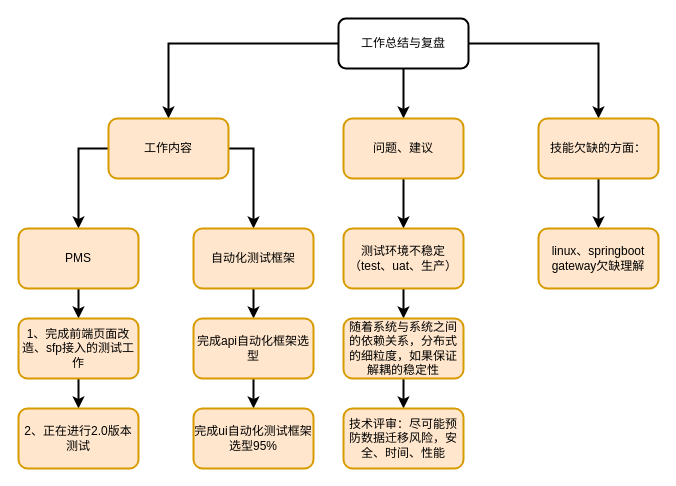
Earlier version of the draw.io diagram Untitled Diagram.drawio (tester-xm/diagrams). Source tidied: cells renumbered, new cells numbered last; positions are measured from the earlier drawing's top-left corner, leaving out a move shared by most shapes. Both pictures are drawn from the tidied source at 100%, with x=0, y=0 at pixel (18, 18).
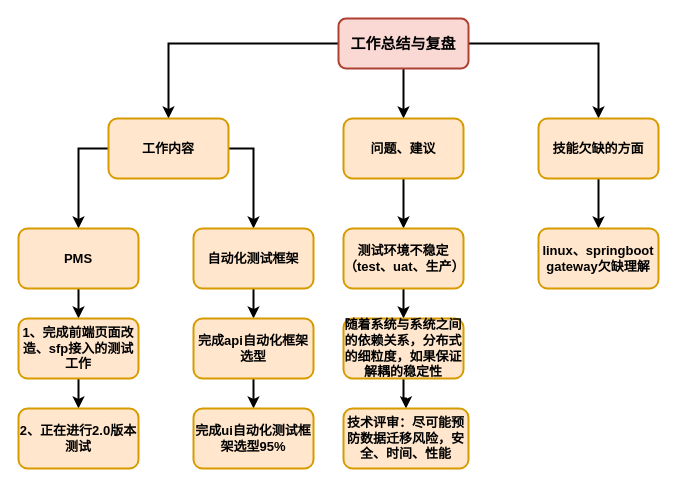
Above is the later version.

Change to the diagram source:
```diff
@@
-    <mxCell id="5" value="工作总结与复盘" style="rounded=1;whiteSpace=wrap;html=1;fontSize=12;glass=0;strokeWidth=2;shadow=0;" parent="1" vertex="1">
+    <mxCell id="5" value="工作总结与复盘" style="rounded=1;whiteSpace=wrap;html=1;fontSize=15;glass=0;strokeWidth=2;shadow=0;fontStyle=1;fillColor=#fad9d5;strokeColor=#ae4132;" parent="1" vertex="1">
       <mxGeometry x="320" width="130" height="50" as="geometry" />
     </mxCell>
-    <mxCell id="6" style="edgeStyle=orthogonalEdgeStyle;rounded=0;jettySize=auto;html=1;strokeWidth=2;" parent="1" edge="1" source="7" target="18">
+    <mxCell id="6" style="edgeStyle=orthogonalEdgeStyle;rounded=0;jettySize=auto;html=1;strokeWidth=2;fontStyle=1;fontSize=13;" parent="1" edge="1" source="7" target="18">
       <mxGeometry relative="1" as="geometry" />
     </mxCell>
-    <mxCell id="7" value="问题、建议" style="whiteSpace=wrap;html=1;rounded=1;shadow=0;strokeWidth=2;glass=0;fillColor=#ffe6cc;strokeColor=#d79b00;" parent="1" vertex="1">
+    <mxCell id="7" value="问题、建议" style="whiteSpace=wrap;html=1;rounded=1;shadow=0;strokeWidth=2;glass=0;fillColor=#ffe6cc;strokeColor=#d79b00;fontStyle=1;fontSize=13;" parent="1" vertex="1">
       <mxGeometry x="325" y="100" width="120" height="60" as="geometry" />
     </mxCell>
-    <mxCell id="8" style="edgeStyle=orthogonalEdgeStyle;rounded=0;jettySize=auto;html=1;strokeWidth=2;exitX=0;exitY=0.5;exitDx=0;exitDy=0;" parent="1" edge="1" source="10" target="14">
+    <mxCell id="8" style="edgeStyle=orthogonalEdgeStyle;rounded=0;jettySize=auto;html=1;strokeWidth=2;exitX=0;exitY=0.5;exitDx=0;exitDy=0;fontStyle=1;fontSize=13;" parent="1" edge="1" source="10" target="14">
       <mxGeometry relative="1" as="geometry" />
     </mxCell>
-    <mxCell id="9" style="edgeStyle=orthogonalEdgeStyle;rounded=0;jettySize=auto;html=1;strokeWidth=2;entryX=0.5;entryY=0;entryDx=0;entryDy=0;exitX=1;exitY=0.5;exitDx=0;exitDy=0;" parent="1" edge="1" source="10" target="16">
+    <mxCell id="9" style="edgeStyle=orthogonalEdgeStyle;rounded=0;jettySize=auto;html=1;strokeWidth=2;entryX=0.5;entryY=0;entryDx=0;entryDy=0;exitX=1;exitY=0.5;exitDx=0;exitDy=0;fontStyle=1;fontSize=13;" parent="1" edge="1" source="10" target="16">
       <mxGeometry relative="1" as="geometry" />
     </mxCell>
-    <mxCell id="10" value="工作内容" style="whiteSpace=wrap;html=1;rounded=1;shadow=0;strokeWidth=2;glass=0;fillColor=#ffe6cc;strokeColor=#d79b00;" parent="1" vertex="1">
+    <mxCell id="10" value="工作内容" style="whiteSpace=wrap;html=1;rounded=1;shadow=0;strokeWidth=2;glass=0;fillColor=#ffe6cc;strokeColor=#d79b00;fontStyle=1;fontSize=13;" parent="1" vertex="1">
       <mxGeometry x="90" y="100" width="120" height="60" as="geometry" />
     </mxCell>
-    <mxCell id="11" style="edgeStyle=orthogonalEdgeStyle;rounded=0;jettySize=auto;html=1;strokeWidth=2;" parent="1" edge="1" source="12" target="19">
+    <mxCell id="11" style="edgeStyle=orthogonalEdgeStyle;rounded=0;jettySize=auto;html=1;strokeWidth=2;fontStyle=1;fontSize=13;" parent="1" edge="1" source="12" target="19">
       <mxGeometry relative="1" as="geometry" />
     </mxCell>
-    <mxCell id="12" value="技能欠缺的方面：" style="whiteSpace=wrap;html=1;rounded=1;shadow=0;strokeWidth=2;glass=0;fillColor=#ffe6cc;strokeColor=#d79b00;" parent="1" vertex="1">
+    <mxCell id="12" value="技能欠缺的方面" style="whiteSpace=wrap;html=1;rounded=1;shadow=0;strokeWidth=2;glass=0;fillColor=#ffe6cc;strokeColor=#d79b00;fontStyle=1;fontSize=13;" parent="1" vertex="1">
       <mxGeometry x="520" y="100" width="120" height="60" as="geometry" />
     </mxCell>
-    <mxCell id="13" style="edgeStyle=orthogonalEdgeStyle;rounded=0;jettySize=auto;html=1;strokeWidth=2;" parent="1" edge="1" source="14" target="24">
+    <mxCell id="13" style="edgeStyle=orthogonalEdgeStyle;rounded=0;jettySize=auto;html=1;strokeWidth=2;fontStyle=1;fontSize=13;" parent="1" edge="1" source="14" target="24">
       <mxGeometry relative="1" as="geometry" />
     </mxCell>
-    <mxCell id="14" value="PMS" style="whiteSpace=wrap;html=1;rounded=1;shadow=0;strokeColor=#d79b00;strokeWidth=2;fillColor=#ffe6cc;glass=0;" parent="1" vertex="1">
+    <mxCell id="14" value="PMS" style="whiteSpace=wrap;html=1;rounded=1;shadow=0;strokeColor=#d79b00;strokeWidth=2;fillColor=#ffe6cc;glass=0;fontStyle=1;fontSize=13;" parent="1" vertex="1">
       <mxGeometry y="210" width="120" height="60" as="geometry" />
     </mxCell>
-    <mxCell id="15" style="edgeStyle=orthogonalEdgeStyle;rounded=0;jettySize=auto;html=1;strokeWidth=2;" parent="1" edge="1" source="16" target="27">
+    <mxCell id="15" style="edgeStyle=orthogonalEdgeStyle;rounded=0;jettySize=auto;html=1;strokeWidth=2;fontStyle=1;fontSize=13;" parent="1" edge="1" source="16" target="27">
       <mxGeometry relative="1" as="geometry" />
     </mxCell>
-    <mxCell id="16" value="自动化测试框架" style="whiteSpace=wrap;html=1;rounded=1;shadow=0;strokeColor=#d79b00;strokeWidth=2;fillColor=#ffe6cc;glass=0;" parent="1" vertex="1">
+    <mxCell id="16" value="自动化测试框架" style="whiteSpace=wrap;html=1;rounded=1;shadow=0;strokeColor=#d79b00;strokeWidth=2;fillColor=#ffe6cc;glass=0;fontStyle=1;fontSize=13;" parent="1" vertex="1">
       <mxGeometry x="175" y="210" width="120" height="60" as="geometry" />
     </mxCell>
-    <mxCell id="17" style="edgeStyle=orthogonalEdgeStyle;rounded=0;jettySize=auto;html=1;strokeWidth=2;" parent="1" edge="1" source="18" target="21">
+    <mxCell id="17" style="edgeStyle=orthogonalEdgeStyle;rounded=0;jettySize=auto;html=1;strokeWidth=2;fontStyle=1;fontSize=13;" parent="1" edge="1" source="18" target="21">
       <mxGeometry relative="1" as="geometry" />
     </mxCell>
-    <mxCell id="18" value="测试环境不稳定（test、uat、生产）" style="whiteSpace=wrap;html=1;rounded=1;shadow=0;strokeColor=#d79b00;strokeWidth=2;fillColor=#ffe6cc;glass=0;" parent="1" vertex="1">
+    <mxCell id="18" value="测试环境不稳定（test、uat、生产）" style="whiteSpace=wrap;html=1;rounded=1;shadow=0;strokeColor=#d79b00;strokeWidth=2;fillColor=#ffe6cc;glass=0;fontStyle=1;fontSize=13;" parent="1" vertex="1">
       <mxGeometry x="325" y="210" width="120" height="60" as="geometry" />
     </mxCell>
-    <mxCell id="19" value="linux、springboot gateway欠缺理解" style="whiteSpace=wrap;html=1;rounded=1;shadow=0;strokeColor=#d79b00;strokeWidth=2;fillColor=#ffe6cc;glass=0;" parent="1" vertex="1">
+    <mxCell id="19" value="linux、springboot gateway欠缺理解" style="whiteSpace=wrap;html=1;rounded=1;shadow=0;strokeColor=#d79b00;strokeWidth=2;fillColor=#ffe6cc;glass=0;fontStyle=1;fontSize=13;" parent="1" vertex="1">
       <mxGeometry x="520" y="210" width="120" height="60" as="geometry" />
     </mxCell>
-    <mxCell id="20" style="edgeStyle=orthogonalEdgeStyle;rounded=0;jettySize=auto;html=1;strokeWidth=2;" parent="1" edge="1" source="21" target="22">
+    <mxCell id="20" style="edgeStyle=orthogonalEdgeStyle;rounded=0;jettySize=auto;html=1;strokeWidth=2;fontStyle=1;fontSize=13;" parent="1" edge="1" source="21" target="22">
       <mxGeometry relative="1" as="geometry" />
     </mxCell>
-    <mxCell id="21" value="随着系统与系统之间的依赖关系，分布式的细粒度，如果保证解耦的稳定性" style="whiteSpace=wrap;html=1;rounded=1;shadow=0;strokeColor=#d79b00;strokeWidth=2;fillColor=#ffe6cc;glass=0;" parent="1" vertex="1">
+    <mxCell id="21" value="随着系统与系统之间的依赖关系，分布式的细粒度，如果保证解耦的稳定性" style="whiteSpace=wrap;html=1;rounded=1;shadow=0;strokeColor=#d79b00;strokeWidth=2;fillColor=#ffe6cc;glass=0;fontStyle=1;fontSize=13;" parent="1" vertex="1">
       <mxGeometry x="325" y="300" width="120" height="60" as="geometry" />
     </mxCell>
-    <mxCell id="22" value="技术评审：尽可能预防数据迁移风险，安全、时间、性能" style="whiteSpace=wrap;html=1;rounded=1;shadow=0;strokeColor=#d79b00;strokeWidth=2;fillColor=#ffe6cc;glass=0;" parent="1" vertex="1">
-      <mxGeometry x="325" y="390" width="120" height="60" as="geometry" />
+    <mxCell id="22" value="技术评审：尽可能预防数据迁移风险，安全、时间、性能" style="whiteSpace=wrap;html=1;rounded=1;shadow=0;strokeColor=#d79b00;strokeWidth=2;fillColor=#ffe6cc;glass=0;fontStyle=1;fontSize=13;" parent="1" vertex="1">
+      <mxGeometry x="325" y="390" width="125" height="60" as="geometry" />
     </mxCell>
-    <mxCell id="23" style="edgeStyle=orthogonalEdgeStyle;rounded=0;jettySize=auto;html=1;strokeWidth=2;" parent="1" edge="1" source="24" target="25">
+    <mxCell id="23" style="edgeStyle=orthogonalEdgeStyle;rounded=0;jettySize=auto;html=1;strokeWidth=2;fontStyle=1;fontSize=13;" parent="1" edge="1" source="24" target="25">
       <mxGeometry relative="1" as="geometry" />
     </mxCell>
-    <mxCell id="24" value="1、完成前端页面改造、sfp接入的测试工作" style="whiteSpace=wrap;html=1;rounded=1;shadow=0;strokeColor=#d79b00;strokeWidth=2;fillColor=#ffe6cc;glass=0;" parent="1" vertex="1">
+    <mxCell id="24" value="1、完成前端页面改造、sfp接入的测试工作" style="whiteSpace=wrap;html=1;rounded=1;shadow=0;strokeColor=#d79b00;strokeWidth=2;fillColor=#ffe6cc;glass=0;fontStyle=1;fontSize=13;" parent="1" vertex="1">
       <mxGeometry y="300" width="120" height="60" as="geometry" />
     </mxCell>
-    <mxCell id="25" value="&lt;span&gt;2、正在进行2.0版本测试&lt;/span&gt;" style="whiteSpace=wrap;html=1;rounded=1;shadow=0;strokeColor=#d79b00;strokeWidth=2;fillColor=#ffe6cc;glass=0;" parent="1" vertex="1">
+    <mxCell id="25" value="&lt;span style=&quot;font-size: 13px;&quot;&gt;2、正在进行2.0版本测试&lt;/span&gt;" style="whiteSpace=wrap;html=1;rounded=1;shadow=0;strokeColor=#d79b00;strokeWidth=2;fillColor=#ffe6cc;glass=0;fontStyle=1;fontSize=13;" parent="1" vertex="1">
       <mxGeometry y="390" width="120" height="60" as="geometry" />
     </mxCell>
-    <mxCell id="26" style="edgeStyle=orthogonalEdgeStyle;rounded=0;jettySize=auto;html=1;strokeWidth=2;" parent="1" edge="1" source="27" target="28">
+    <mxCell id="26" style="edgeStyle=orthogonalEdgeStyle;rounded=0;jettySize=auto;html=1;strokeWidth=2;fontStyle=1;fontSize=13;" parent="1" edge="1" source="27" target="28">
       <mxGeometry relative="1" as="geometry" />
     </mxCell>
-    <mxCell id="27" value="完成api自动化框架选型" style="whiteSpace=wrap;html=1;rounded=1;shadow=0;strokeColor=#d79b00;strokeWidth=2;fillColor=#ffe6cc;glass=0;" parent="1" vertex="1">
+    <mxCell id="27" value="完成api自动化框架选型" style="whiteSpace=wrap;html=1;rounded=1;shadow=0;strokeColor=#d79b00;strokeWidth=2;fillColor=#ffe6cc;glass=0;fontStyle=1;fontSize=13;" parent="1" vertex="1">
       <mxGeometry x="175" y="300" width="120" height="60" as="geometry" />
     </mxCell>
-    <mxCell id="28" value="完成ui自动化测试框架选型95%" style="whiteSpace=wrap;html=1;rounded=1;shadow=0;strokeColor=#d79b00;strokeWidth=2;fillColor=#ffe6cc;glass=0;" parent="1" vertex="1">
+    <mxCell id="28" value="完成ui自动化测试框架选型95%" style="whiteSpace=wrap;html=1;rounded=1;shadow=0;strokeColor=#d79b00;strokeWidth=2;fillColor=#ffe6cc;glass=0;fontStyle=1;fontSize=13;" parent="1" vertex="1">
       <mxGeometry x="175" y="390" width="120" height="60" as="geometry" />
     </mxCell>
```
